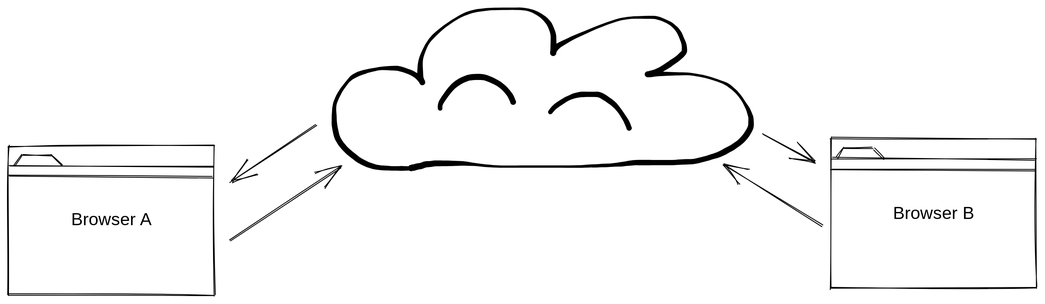
This is .gitbook/assets/file.drawing.svg from GitbookIO/public-docs, a Excalidraw export, as it was before one commit. Source tidied: one line per element, renumbered; positions are measured from the earlier drawing's top-left corner, leaving out a move shared by most shapes. The source it was exported from:
```json
{"id": 0, "type": "rectangle", "strokeColor": "#000000", "strokeWidth": 1, "roughness": 1, "x": 0, "y": 158, "width": 237, "height": 173}
{"id": 1, "type": "rectangle", "strokeColor": "#000000", "strokeWidth": 1, "roughness": 1, "x": 948, "y": 150, "width": 237, "height": 173}
{"id": 2, "type": "line", "strokeColor": "#000000", "strokeWidth": 1, "roughness": 1, "x": 1, "y": 181, "width": 235, "height": 2, "points": [[0, 0], [235, 2]]}
{"id": 3, "type": "line", "strokeColor": "#000000", "strokeWidth": 1, "roughness": 1, "x": 949, "y": 173, "width": 235, "height": 2, "points": [[0, 0], [235, 2]]}
{"id": 4, "type": "line", "strokeColor": "#000000", "strokeWidth": 1, "roughness": 1, "x": 7, "y": 181, "width": 7, "height": 12, "points": [[0, 0], [7, -12]]}
{"id": 5, "type": "line", "strokeColor": "#000000", "strokeWidth": 1, "roughness": 1, "x": 955, "y": 172, "width": 7, "height": 12, "points": [[0, 0], [7, -12]]}
{"id": 6, "type": "line", "strokeColor": "#000000", "strokeWidth": 1, "roughness": 1, "x": 15, "y": 169, "width": 34, "height": 0, "points": [[0, 0], [34, 0]]}
{"id": 7, "type": "line", "strokeColor": "#000000", "strokeWidth": 1, "roughness": 1, "x": 963, "y": 161, "width": 34, "height": 0, "points": [[0, 0], [34, 0]]}
{"id": 8, "type": "line", "strokeColor": "#000000", "strokeWidth": 1, "roughness": 1, "x": 50, "y": 169, "width": 11, "height": 11, "points": [[0, 0], [11, 11]]}
{"id": 9, "type": "line", "strokeColor": "#000000", "strokeWidth": 1, "roughness": 1, "x": 998, "y": 161, "width": 11, "height": 11, "points": [[0, 0], [11, 11]]}
{"id": 10, "type": "line", "strokeColor": "#000000", "strokeWidth": 1, "roughness": 1, "x": 0, "y": 193, "width": 236, "height": 2, "points": [[0, 0], [236, 2]]}
{"id": 11, "type": "line", "strokeColor": "#000000", "strokeWidth": 1, "roughness": 1, "x": 948, "y": 185, "width": 236, "height": 2, "points": [[0, 0], [236, 2]]}
{"id": 12, "type": "freedraw", "strokeColor": "#000000", "strokeWidth": 1, "roughness": 1, "x": 466, "y": 184, "width": 481, "height": 184, "points": [[0, 0], [-47, -3], [-78, -23], [-89, -76], [-30, -116], [10, -102], [14, -138], [110, -184], [162, -157], [163, -135], [243, -173], [312, -146], [300, -123], [271, -109], [375, -87], [390, -48], [369, -24], [328, -9], [277, -7], [207, -3], [90, -3], [39, -6], [15, -5], [3, -2], [-3, -1]]}
{"id": 13, "type": "text", "text": "Browser A", "strokeColor": "#000000", "strokeWidth": 1, "roughness": 1, "fontSize": 20, "fontFamily": 1, "textAlign": "center", "verticalAlign": "middle", "inside": 0, "x": 5, "y": 233, "width": 227, "height": 23}
{"id": 14, "type": "text", "text": "Browser B", "strokeColor": "#000000", "strokeWidth": 1, "roughness": 1, "fontSize": 20, "fontFamily": 1, "textAlign": "center", "verticalAlign": "middle", "inside": 1, "x": 953, "y": 225, "width": 227, "height": 25}
{"id": 15, "type": "arrow", "strokeColor": "#000000", "strokeWidth": 1, "roughness": 1, "endArrowhead": "arrow", "from": 1, "x": 938, "y": 251, "width": 112, "height": 70, "points": [[0, 0], [-112, -70]]}
{"id": 16, "type": "arrow", "strokeColor": "#000000", "strokeWidth": 1, "roughness": 1, "endArrowhead": "arrow", "from": 0, "x": 255, "y": 268, "width": 127, "height": 85, "points": [[0, 0], [127, -85]]}
{"id": 17, "type": "arrow", "strokeColor": "#000000", "strokeWidth": 1, "roughness": 1, "endArrowhead": "arrow", "to": 0, "x": 355, "y": 135, "width": 100, "height": 65, "points": [[0, 0], [-100, 65]]}
{"id": 18, "type": "arrow", "strokeColor": "#000000", "strokeWidth": 1, "roughness": 1, "endArrowhead": "arrow", "to": 1, "x": 870, "y": 145, "width": 60, "height": 33, "points": [[0, 0], [60, 33]]}
{"id": 19, "type": "freedraw", "strokeColor": "#000000", "strokeWidth": 1, "roughness": 1, "x": 497, "y": 115, "width": 84, "height": 36, "points": [[0, 0], [0, -1], [0, -4], [2, -8], [4, -12], [8, -17], [11, -21], [13, -24], [16, -26], [18, -28], [21, -30], [24, -32], [28, -34], [32, -35], [36, -36], [38, -36], [42, -36], [46, -36], [51, -36], [56, -34], [61, -32], [66, -29], [71, -26], [76, -22], [79, -18], [81, -14], [83, -12], [84, -9], [84, -8], [84, -7]]}
{"id": 20, "type": "freedraw", "strokeColor": "#000000", "strokeWidth": 1, "roughness": 1, "x": 624, "y": 119, "width": 91, "height": 39, "points": [[0, 0], [0, -1], [3, -4], [7, -8], [13, -12], [19, -16], [25, -18], [29, -19], [33, -20], [37, -20], [45, -20], [52, -20], [55, -20], [59, -19], [62, -17], [67, -14], [72, -10], [78, -4], [83, 3], [86, 8], [88, 11], [90, 15], [91, 17], [91, 18], [91, 18], [91, 18]]}
```
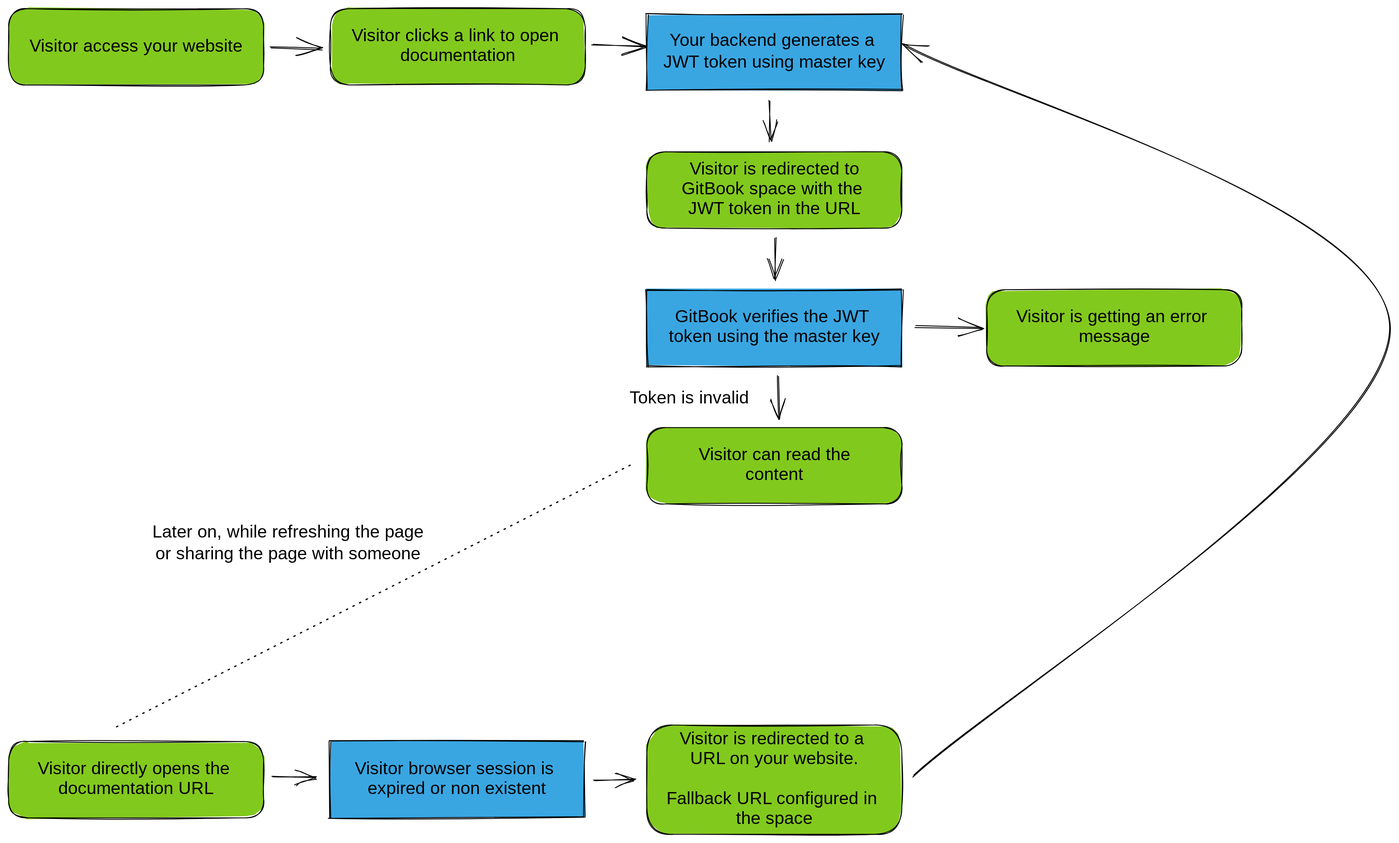
After the change.

Change to the diagram source:
```diff
@@ -1,21 +1,32 @@
-{"id": 0, "type": "rectangle", "strokeColor": "#000000", "strokeWidth": 1, "roughness": 1, "x": 0, "y": 158, "width": 237, "height": 173}
-{"id": 1, "type": "rectangle", "strokeColor": "#000000", "strokeWidth": 1, "roughness": 1, "x": 948, "y": 150, "width": 237, "height": 173}
-{"id": 2, "type": "line", "strokeColor": "#000000", "strokeWidth": 1, "roughness": 1, "x": 1, "y": 181, "width": 235, "height": 2, "points": [[0, 0], [235, 2]]}
-{"id": 3, "type": "line", "strokeColor": "#000000", "strokeWidth": 1, "roughness": 1, "x": 949, "y": 173, "width": 235, "height": 2, "points": [[0, 0], [235, 2]]}
-{"id": 4, "type": "line", "strokeColor": "#000000", "strokeWidth": 1, "roughness": 1, "x": 7, "y": 181, "width": 7, "height": 12, "points": [[0, 0], [7, -12]]}
-{"id": 5, "type": "line", "strokeColor": "#000000", "strokeWidth": 1, "roughness": 1, "x": 955, "y": 172, "width": 7, "height": 12, "points": [[0, 0], [7, -12]]}
-{"id": 6, "type": "line", "strokeColor": "#000000", "strokeWidth": 1, "roughness": 1, "x": 15, "y": 169, "width": 34, "height": 0, "points": [[0, 0], [34, 0]]}
-{"id": 7, "type": "line", "strokeColor": "#000000", "strokeWidth": 1, "roughness": 1, "x": 963, "y": 161, "width": 34, "height": 0, "points": [[0, 0], [34, 0]]}
-{"id": 8, "type": "line", "strokeColor": "#000000", "strokeWidth": 1, "roughness": 1, "x": 50, "y": 169, "width": 11, "height": 11, "points": [[0, 0], [11, 11]]}
-{"id": 9, "type": "line", "strokeColor": "#000000", "strokeWidth": 1, "roughness": 1, "x": 998, "y": 161, "width": 11, "height": 11, "points": [[0, 0], [11, 11]]}
-{"id": 10, "type": "line", "strokeColor": "#000000", "strokeWidth": 1, "roughness": 1, "x": 0, "y": 193, "width": 236, "height": 2, "points": [[0, 0], [236, 2]]}
-{"id": 11, "type": "line", "strokeColor": "#000000", "strokeWidth": 1, "roughness": 1, "x": 948, "y": 185, "width": 236, "height": 2, "points": [[0, 0], [236, 2]]}
-{"id": 12, "type": "freedraw", "strokeColor": "#000000", "strokeWidth": 1, "roughness": 1, "x": 466, "y": 184, "width": 481, "height": 184, "points": [[0, 0], [-47, -3], [-78, -23], [-89, -76], [-30, -116], [10, -102], [14, -138], [110, -184], [162, -157], [163, -135], [243, -173], [312, -146], [300, -123], [271, -109], [375, -87], [390, -48], [369, -24], [328, -9], [277, -7], [207, -3], [90, -3], [39, -6], [15, -5], [3, -2], [-3, -1]]}
-{"id": 13, "type": "text", "text": "Browser A", "strokeColor": "#000000", "strokeWidth": 1, "roughness": 1, "fontSize": 20, "fontFamily": 1, "textAlign": "center", "verticalAlign": "middle", "inside": 0, "x": 5, "y": 233, "width": 227, "height": 23}
-{"id": 14, "type": "text", "text": "Browser B", "strokeColor": "#000000", "strokeWidth": 1, "roughness": 1, "fontSize": 20, "fontFamily": 1, "textAlign": "center", "verticalAlign": "middle", "inside": 1, "x": 953, "y": 225, "width": 227, "height": 25}
-{"id": 15, "type": "arrow", "strokeColor": "#000000", "strokeWidth": 1, "roughness": 1, "endArrowhead": "arrow", "from": 1, "x": 938, "y": 251, "width": 112, "height": 70, "points": [[0, 0], [-112, -70]]}
-{"id": 16, "type": "arrow", "strokeColor": "#000000", "strokeWidth": 1, "roughness": 1, "endArrowhead": "arrow", "from": 0, "x": 255, "y": 268, "width": 127, "height": 85, "points": [[0, 0], [127, -85]]}
-{"id": 17, "type": "arrow", "strokeColor": "#000000", "strokeWidth": 1, "roughness": 1, "endArrowhead": "arrow", "to": 0, "x": 355, "y": 135, "width": 100, "height": 65, "points": [[0, 0], [-100, 65]]}
-{"id": 18, "type": "arrow", "strokeColor": "#000000", "strokeWidth": 1, "roughness": 1, "endArrowhead": "arrow", "to": 1, "x": 870, "y": 145, "width": 60, "height": 33, "points": [[0, 0], [60, 33]]}
-{"id": 19, "type": "freedraw", "strokeColor": "#000000", "strokeWidth": 1, "roughness": 1, "x": 497, "y": 115, "width": 84, "height": 36, "points": [[0, 0], [0, -1], [0, -4], [2, -8], [4, -12], [8, -17], [11, -21], [13, -24], [16, -26], [18, -28], [21, -30], [24, -32], [28, -34], [32, -35], [36, -36], [38, -36], [42, -36], [46, -36], [51, -36], [56, -34], [61, -32], [66, -29], [71, -26], [76, -22], [79, -18], [81, -14], [83, -12], [84, -9], [84, -8], [84, -7]]}
-{"id": 20, "type": "freedraw", "strokeColor": "#000000", "strokeWidth": 1, "roughness": 1, "x": 624, "y": 119, "width": 91, "height": 39, "points": [[0, 0], [0, -1], [3, -4], [7, -8], [13, -12], [19, -16], [25, -18], [29, -19], [33, -20], [37, -20], [45, -20], [52, -20], [55, -20], [59, -19], [62, -17], [67, -14], [72, -10], [78, -4], [83, 3], [86, 8], [88, 11], [90, 15], [91, 17], [91, 18], [91, 18], [91, 18]]}
+{"id": 21, "type": "rectangle", "strokeColor": "#000000", "backgroundColor": "#82c91e", "fillStyle": "solid", "strokeWidth": 1, "roughness": 1, "x": 36, "y": 202, "width": 294, "height": 88}
+{"id": 22, "type": "text", "text": "Visitor access your website", "strokeColor": "#000000", "strokeWidth": 1, "roughness": 1, "fontSize": 20, "fontFamily": 1, "textAlign": "center", "verticalAlign": "middle", "inside": 21, "x": 41, "y": 234, "width": 284, "height": 23}
+{"id": 23, "type": "rectangle", "strokeColor": "#000000", "backgroundColor": "#82c91e", "fillStyle": "solid", "strokeWidth": 1, "roughness": 1, "x": 407, "y": 202, "width": 294, "height": 88}
+{"id": 24, "type": "text", "text": "Visitor clicks a link to open \ndocumentation", "strokeColor": "#000000", "strokeWidth": 1, "roughness": 1, "fontSize": 20, "fontFamily": 1, "textAlign": "center", "verticalAlign": "middle", "inside": 23, "x": 412, "y": 222, "width": 284, "height": 46}
+{"id": 25, "type": "arrow", "strokeColor": "#000000", "strokeWidth": 1, "roughness": 1, "endArrowhead": "arrow", "from": 21, "to": 23, "x": 338, "y": 248, "width": 60, "height": 2, "points": [[0, 0], [60, 2]]}
+{"id": 26, "type": "rectangle", "strokeColor": "#000000", "backgroundColor": "#39a6e2", "fillStyle": "solid", "strokeWidth": 1, "roughness": 1, "x": 772, "y": 208, "width": 294, "height": 88}
+{"id": 27, "type": "text", "text": "Your backend generates a \nJWT token using master key", "strokeColor": "#000000", "strokeWidth": 1, "roughness": 1, "fontSize": 20, "fontFamily": 1, "textAlign": "center", "verticalAlign": "middle", "inside": 26, "x": 777, "y": 227, "width": 284, "height": 50}
+{"id": 28, "type": "arrow", "strokeColor": "#000000", "backgroundColor": "#82c91e", "fillStyle": "solid", "strokeWidth": 1, "roughness": 1, "endArrowhead": "arrow", "from": 23, "to": 26, "x": 709, "y": 243, "width": 63, "height": 3, "points": [[0, 0], [63, 3]]}
+{"id": 29, "type": "rectangle", "strokeColor": "#000000", "backgroundColor": "#82c91e", "fillStyle": "solid", "strokeWidth": 1, "roughness": 1, "x": 772, "y": 367, "width": 294, "height": 88}
+{"id": 30, "type": "text", "text": "Visitor is redirected to\nGitBook space with the \nJWT token in the URL", "strokeColor": "#000000", "strokeWidth": 1, "roughness": 1, "fontSize": 20, "fontFamily": 1, "textAlign": "center", "verticalAlign": "middle", "inside": 29, "x": 777, "y": 376, "width": 284, "height": 69}
+{"id": 31, "type": "rectangle", "strokeColor": "#000000", "backgroundColor": "#39a6e2", "fillStyle": "solid", "strokeWidth": 1, "roughness": 1, "x": 772, "y": 526, "width": 294, "height": 88}
+{"id": 32, "type": "text", "text": "GitBook verifies the JWT \ntoken using the master key", "strokeColor": "#000000", "strokeWidth": 1, "roughness": 1, "fontSize": 20, "fontFamily": 1, "textAlign": "center", "verticalAlign": "middle", "inside": 31, "x": 777, "y": 546, "width": 284, "height": 46}
+{"id": 33, "type": "rectangle", "strokeColor": "#000000", "backgroundColor": "#82c91e", "fillStyle": "solid", "strokeWidth": 1, "roughness": 1, "x": 772, "y": 685, "width": 294, "height": 88}
+{"id": 34, "type": "text", "text": "Visitor can read the\ncontent", "strokeColor": "#000000", "strokeWidth": 1, "roughness": 1, "fontSize": 20, "fontFamily": 1, "textAlign": "center", "verticalAlign": "middle", "inside": 33, "x": 777, "y": 705, "width": 284, "height": 46}
+{"id": 35, "type": "rectangle", "strokeColor": "#000000", "backgroundColor": "#82c91e", "fillStyle": "solid", "strokeWidth": 1, "roughness": 1, "x": 36, "y": 1047, "width": 294, "height": 88}
+{"id": 36, "type": "text", "text": "Visitor directly opens the \ndocumentation URL", "strokeColor": "#000000", "strokeWidth": 1, "roughness": 1, "fontSize": 20, "fontFamily": 1, "textAlign": "center", "verticalAlign": "middle", "inside": 35, "x": 41, "y": 1067, "width": 284, "height": 46}
+{"id": 37, "type": "arrow", "strokeColor": "#000000", "backgroundColor": "#82c91e", "fillStyle": "solid", "strokeWidth": 1, "strokeStyle": "dotted", "roughness": 1, "from": 35, "to": 33, "x": 160, "y": 1031, "width": 597, "height": 305, "points": [[0, 0], [597, -305]]}
+{"id": 38, "type": "text", "text": "Later on, while refreshing the page\nor sharing the page with someone", "strokeColor": "#000000", "backgroundColor": "#82c91e", "fillStyle": "solid", "strokeWidth": 1, "strokeStyle": "dotted", "roughness": 1, "fontSize": 20, "fontFamily": 1, "textAlign": "center", "x": 186, "y": 794, "width": 344, "height": 50}
+{"id": 39, "type": "arrow", "strokeColor": "#000000", "backgroundColor": "#82c91e", "fillStyle": "solid", "strokeWidth": 1, "roughness": 1, "endArrowhead": "arrow", "from": 26, "to": 29, "x": 913, "y": 309, "width": 1, "height": 46, "points": [[0, 0], [1, 46]]}
+{"id": 40, "type": "arrow", "strokeColor": "#000000", "backgroundColor": "#82c91e", "fillStyle": "solid", "strokeWidth": 1, "roughness": 1, "endArrowhead": "arrow", "from": 29, "to": 31, "x": 920, "y": 466, "width": 0, "height": 49, "points": [[0, 0], [0, 49]]}
+{"id": 41, "type": "arrow", "strokeColor": "#000000", "backgroundColor": "#82c91e", "fillStyle": "solid", "strokeWidth": 1, "roughness": 1, "endArrowhead": "arrow", "from": 31, "to": 33, "x": 923, "y": 626, "width": 2, "height": 49, "points": [[0, 0], [2, 49]]}
+{"id": 42, "type": "rectangle", "strokeColor": "#000000", "backgroundColor": "#82c91e", "fillStyle": "solid", "strokeWidth": 1, "roughness": 1, "x": 1164, "y": 526, "width": 294, "height": 88}
+{"id": 43, "type": "text", "text": "Visitor is getting an error \nmessage", "strokeColor": "#000000", "strokeWidth": 1, "roughness": 1, "fontSize": 20, "fontFamily": 1, "textAlign": "center", "verticalAlign": "middle", "inside": 42, "x": 1169, "y": 546, "width": 284, "height": 46}
+{"id": 44, "type": "arrow", "strokeColor": "#000000", "backgroundColor": "#82c91e", "fillStyle": "solid", "strokeWidth": 1, "roughness": 1, "endArrowhead": "arrow", "from": 31, "to": 42, "x": 1081, "y": 568, "width": 78, "height": 2, "points": [[0, 0], [78, 2]]}
+{"id": 45, "type": "text", "text": "Token is invalid", "strokeColor": "#000000", "backgroundColor": "#82c91e", "fillStyle": "solid", "strokeWidth": 1, "roughness": 1, "fontSize": 20, "fontFamily": 1, "textAlign": "center", "x": 745, "y": 639, "width": 152, "height": 25}
+{"id": 46, "type": "rectangle", "strokeColor": "#000000", "backgroundColor": "#39a6e2", "fillStyle": "solid", "strokeWidth": 1, "roughness": 1, "x": 406, "y": 1047, "width": 294, "height": 88}
+{"id": 47, "type": "text", "text": "Visitor browser session is \nexpired or non existent", "strokeColor": "#000000", "strokeWidth": 1, "roughness": 1, "fontSize": 20, "fontFamily": 1, "textAlign": "center", "verticalAlign": "middle", "inside": 46, "x": 411, "y": 1067, "width": 284, "height": 46}
+{"id": 48, "type": "rectangle", "strokeColor": "#000000", "backgroundColor": "#82c91e", "fillStyle": "solid", "strokeWidth": 1, "roughness": 1, "x": 772, "y": 1028, "width": 294, "height": 126}
+{"id": 49, "type": "text", "text": "Visitor is redirected to a \nURL on your website.\n\nFallback URL configured in \nthe space", "strokeColor": "#000000", "strokeWidth": 1, "roughness": 1, "fontSize": 20, "fontFamily": 1, "textAlign": "center", "verticalAlign": "middle", "inside": 48, "x": 777, "y": 1033, "width": 284, "height": 115}
+{"id": 50, "type": "arrow", "strokeColor": "#000000", "backgroundColor": "#82c91e", "fillStyle": "solid", "strokeWidth": 1, "roughness": 1, "endArrowhead": "arrow", "from": 35, "to": 46, "x": 340, "y": 1087, "width": 50, "height": 1, "points": [[0, 0], [50, 1]]}
+{"id": 51, "type": "arrow", "strokeColor": "#000000", "backgroundColor": "#82c91e", "fillStyle": "solid", "strokeWidth": 1, "roughness": 1, "endArrowhead": "arrow", "from": 46, "to": 48, "x": 711, "y": 1091, "width": 48, "height": 0, "points": [[0, 0], [48, 0]]}
+{"id": 52, "type": "arrow", "strokeColor": "#000000", "backgroundColor": "#82c91e", "fillStyle": "solid", "strokeWidth": 1, "roughness": 1, "endArrowhead": "arrow", "from": 48, "x": 1079, "y": 1086, "width": 561, "height": 844, "points": [[0, 0], [550, -516], [-11, -844]]}
```
